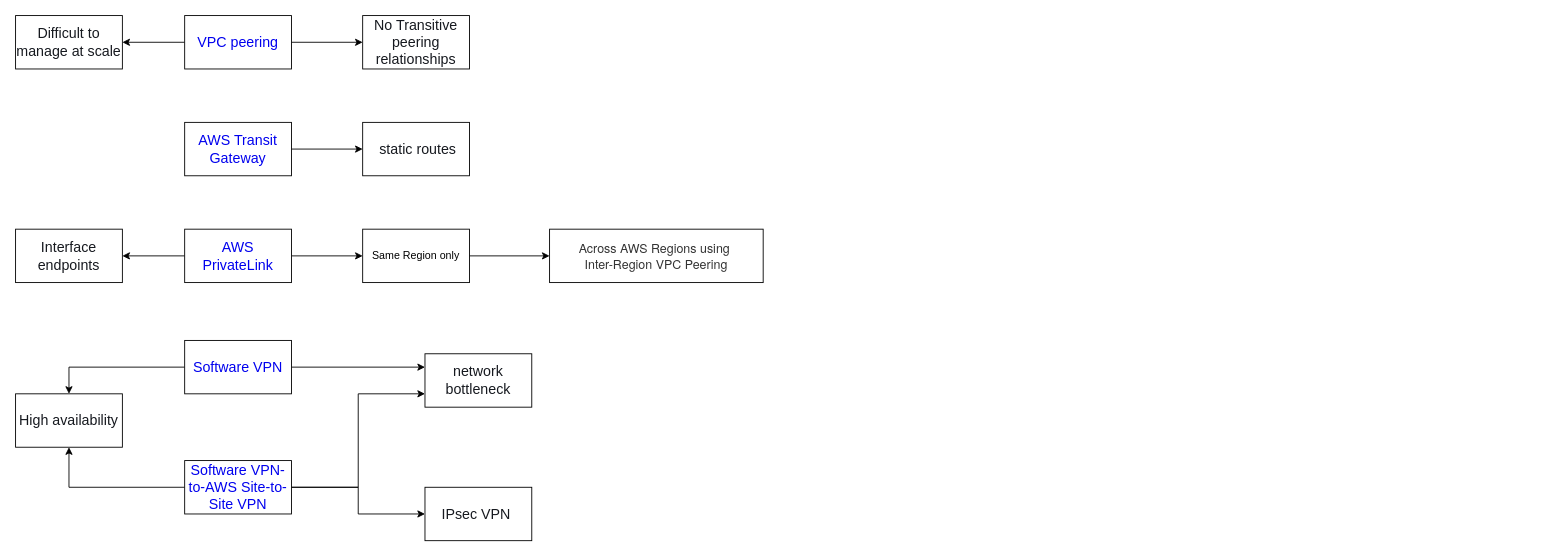
Before: page "vpc" (2 of 3) of drawio/aws/s3.drawio in cmkam/architecture, a draw.io diagram. Source tidied: cells renumbered, new cells numbered last; positions are measured from the earlier drawing's top-left corner, leaving out a move shared by most shapes. Both pictures are drawn from the tidied source at 89%, with x=0, y=0 at pixel (15, 15).
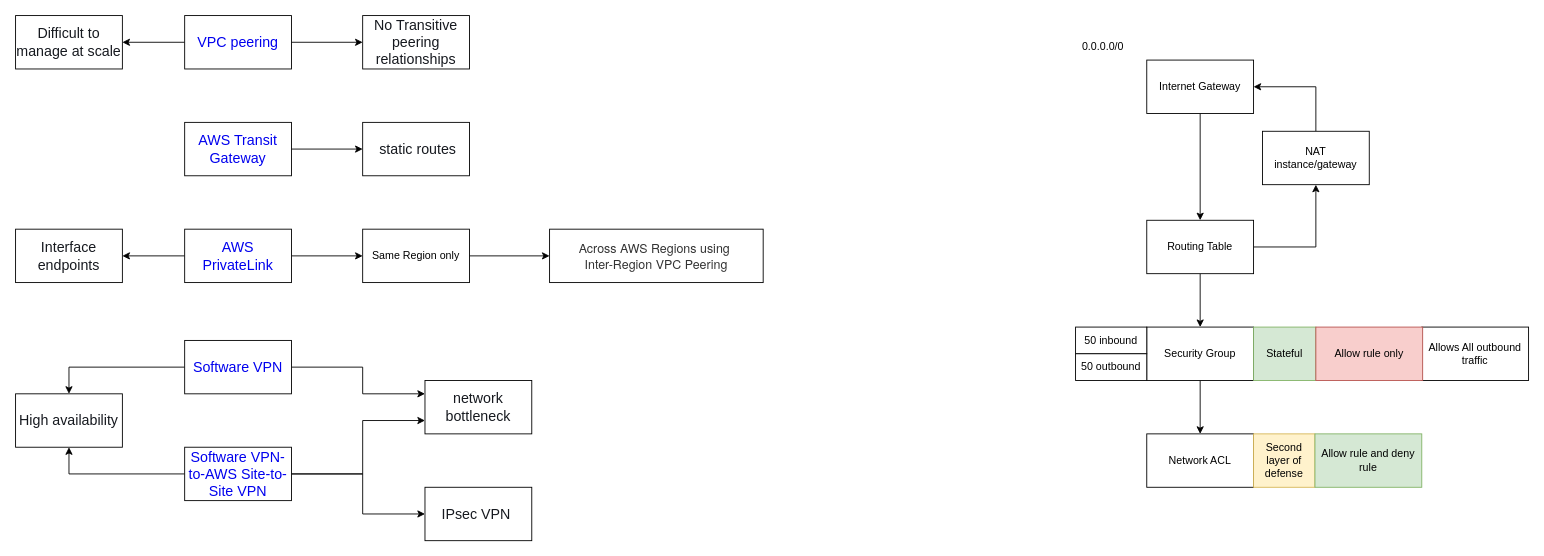
The same page after the edit.

The change refers to these unchanged cells:
```xml
<mxCell id="13" value="&lt;a style=&quot;background-color: rgb(255, 255, 255); text-decoration-line: none; font-family: &amp;quot;Amazon Ember&amp;quot;, Helvetica, Arial, sans-serif; font-size: 16px; text-align: start;&quot; href=&quot;https://docs.aws.amazon.com/whitepapers/latest/aws-vpc-connectivity-options/software-vpn-1.html&quot;&gt;Software VPN&lt;/a&gt;" style="rounded=0;whiteSpace=wrap;html=1;" parent="1" vertex="1">
  <mxGeometry x="190" y="365" width="120" height="60" as="geometry" />
</mxCell>
<mxCell id="17" value="&lt;span style=&quot;color: rgb(22, 25, 31); font-family: &amp;quot;Amazon Ember&amp;quot;, Helvetica, Arial, sans-serif; font-size: 16px; text-align: start; background-color: rgb(255, 255, 255);&quot;&gt;IPsec VPN&amp;nbsp;&lt;/span&gt;" style="rounded=0;whiteSpace=wrap;html=1;" parent="1" vertex="1">
  <mxGeometry x="460" y="530" width="120" height="60" as="geometry" />
</mxCell>
```

What changed in the source:
```diff
@@
     <mxCell id="11" style="edgeStyle=orthogonalEdgeStyle;rounded=0;jettySize=auto;html=1;entryX=0;entryY=0.25;entryDx=0;entryDy=0;" parent="1" edge="1" source="13" target="18">
-      <mxGeometry relative="1" as="geometry" />
+      <mxGeometry relative="1" as="geometry">
+        <Array as="points">
+          <mxPoint x="390" y="395" />
+          <mxPoint x="390" y="425" />
+        </Array>
+      </mxGeometry>
     </mxCell>
@@
     <mxCell id="14" style="edgeStyle=orthogonalEdgeStyle;rounded=0;jettySize=auto;html=1;" parent="1" edge="1" source="16" target="17">
-      <mxGeometry relative="1" as="geometry" />
+      <mxGeometry relative="1" as="geometry">
+        <Array as="points">
+          <mxPoint x="390" y="515" />
+          <mxPoint x="390" y="560" />
+        </Array>
+      </mxGeometry>
     </mxCell>
@@
     <mxCell id="16" value="&lt;a style=&quot;background-color: rgb(255, 255, 255); text-decoration-line: none; font-family: &amp;quot;Amazon Ember&amp;quot;, Helvetica, Arial, sans-serif; font-size: 16px; text-align: start;&quot; href=&quot;https://docs.aws.amazon.com/whitepapers/latest/aws-vpc-connectivity-options/software-vpn-to-aws-site-to-site-vpn.html&quot;&gt;Software VPN-to-AWS Site-to-Site VPN&lt;/a&gt;" style="rounded=0;whiteSpace=wrap;html=1;" parent="1" vertex="1">
-      <mxGeometry x="190" y="500" width="120" height="60" as="geometry" />
+      <mxGeometry x="190" y="485" width="120" height="60" as="geometry" />
     </mxCell>
@@
     <mxCell id="18" value="&lt;span style=&quot;color: rgb(22, 25, 31); font-family: &amp;quot;Amazon Ember&amp;quot;, Helvetica, Arial, sans-serif; font-size: 16px; text-align: start; background-color: rgb(255, 255, 255);&quot;&gt;network bottleneck&lt;/span&gt;" style="rounded=0;whiteSpace=wrap;html=1;" parent="1" vertex="1">
-      <mxGeometry x="460" y="380" width="120" height="60" as="geometry" />
+      <mxGeometry x="460" y="410" width="120" height="60" as="geometry" />
     </mxCell>
     <mxCell id="19" style="edgeStyle=orthogonalEdgeStyle;rounded=0;jettySize=auto;html=1;entryX=0;entryY=0.75;entryDx=0;entryDy=0;" parent="1" edge="1" source="16" target="18">
-      <mxGeometry relative="1" as="geometry" />
+      <mxGeometry relative="1" as="geometry">
+        <Array as="points">
+          <mxPoint x="390" y="515" />
+          <mxPoint x="390" y="455" />
+        </Array>
+      </mxGeometry>
     </mxCell>
@@
+    <mxCell id="27" style="edgeStyle=orthogonalEdgeStyle;rounded=0;jettySize=auto;html=1;entryX=0.5;entryY=1;entryDx=0;entryDy=0;" parent="1" edge="1" source="29" target="40">
+      <mxGeometry relative="1" as="geometry" />
+    </mxCell>
+    <mxCell id="28" style="edgeStyle=orthogonalEdgeStyle;rounded=0;jettySize=auto;html=1;entryX=0.5;entryY=0;entryDx=0;entryDy=0;" parent="1" edge="1" source="29" target="31">
+      <mxGeometry relative="1" as="geometry" />
+    </mxCell>
+    <mxCell id="29" value="Routing Table" style="rounded=0;whiteSpace=wrap;html=1;" parent="1" vertex="1">
+      <mxGeometry x="1271" y="230" width="120" height="60" as="geometry" />
+    </mxCell>
+    <mxCell id="30" style="edgeStyle=orthogonalEdgeStyle;rounded=0;jettySize=auto;html=1;" parent="1" edge="1" source="31" target="32">
+      <mxGeometry relative="1" as="geometry" />
+    </mxCell>
+    <mxCell id="31" value="Security Group" style="rounded=0;whiteSpace=wrap;html=1;" parent="1" vertex="1">
+      <mxGeometry x="1271" y="350" width="120" height="60" as="geometry" />
+    </mxCell>
+    <mxCell id="32" value="Network ACL" style="rounded=0;whiteSpace=wrap;html=1;" parent="1" vertex="1">
+      <mxGeometry x="1271" y="470" width="120" height="60" as="geometry" />
+    </mxCell>
+    <mxCell id="33" value="Stateful" style="rounded=0;whiteSpace=wrap;html=1;fillColor=#d5e8d4;strokeColor=#82b366;" parent="1" vertex="1">
+      <mxGeometry x="1391" y="350" width="70" height="60" as="geometry" />
+    </mxCell>
+    <mxCell id="34" value="50 inbound" style="rounded=0;whiteSpace=wrap;html=1;" parent="1" vertex="1">
+      <mxGeometry x="1191" y="350" width="80" height="30" as="geometry" />
+    </mxCell>
+    <mxCell id="35" value="50 outbound" style="rounded=0;whiteSpace=wrap;html=1;" parent="1" vertex="1">
+      <mxGeometry x="1191" y="380" width="80" height="30" as="geometry" />
+    </mxCell>
+    <mxCell id="36" value="Second layer of&lt;div&gt;defense&lt;/div&gt;" style="rounded=0;whiteSpace=wrap;html=1;fillColor=#fff2cc;strokeColor=#d6b656;" parent="1" vertex="1">
+      <mxGeometry x="1391" y="470" width="69" height="60" as="geometry" />
+    </mxCell>
+    <mxCell id="37" style="edgeStyle=orthogonalEdgeStyle;rounded=0;jettySize=auto;html=1;entryX=0.5;entryY=0;entryDx=0;entryDy=0;" parent="1" edge="1" source="38" target="29">
+      <mxGeometry relative="1" as="geometry" />
+    </mxCell>
+    <mxCell id="38" value="Internet Gateway" style="rounded=0;whiteSpace=wrap;html=1;" parent="1" vertex="1">
+      <mxGeometry x="1271" y="50" width="120" height="60" as="geometry" />
+    </mxCell>
+    <mxCell id="39" style="edgeStyle=orthogonalEdgeStyle;rounded=0;jettySize=auto;html=1;entryX=1;entryY=0.5;entryDx=0;entryDy=0;" parent="1" edge="1" source="40" target="38">
+      <mxGeometry relative="1" as="geometry">
+        <Array as="points">
+          <mxPoint x="1461" y="80" />
+        </Array>
+      </mxGeometry>
+    </mxCell>
+    <mxCell id="40" value="NAT instance/gateway" style="rounded=0;whiteSpace=wrap;html=1;" parent="1" vertex="1">
+      <mxGeometry x="1401" y="130" width="120" height="60" as="geometry" />
+    </mxCell>
+    <mxCell id="41" value="0.0.0.0/0" style="text;html=1;align=center;verticalAlign=middle;whiteSpace=wrap;rounded=0;" parent="1" vertex="1">
+      <mxGeometry x="1192" y="20" width="60" height="30" as="geometry" />
+    </mxCell>
+    <mxCell id="42" value="Allows All outbound traffic" style="rounded=0;whiteSpace=wrap;html=1;" parent="1" vertex="1">
+      <mxGeometry x="1580" y="350" width="120" height="60" as="geometry" />
+    </mxCell>
+    <mxCell id="43" value="Allow rule only" style="rounded=0;whiteSpace=wrap;html=1;fillColor=#f8cecc;strokeColor=#b85450;" parent="1" vertex="1">
+      <mxGeometry x="1461" y="350" width="120" height="60" as="geometry" />
+    </mxCell>
+    <mxCell id="44" value="Allow rule and deny rule" style="rounded=0;whiteSpace=wrap;html=1;fillColor=#d5e8d4;strokeColor=#82b366;" parent="1" vertex="1">
+      <mxGeometry x="1460" y="470" width="120" height="60" as="geometry" />
+    </mxCell>
```
